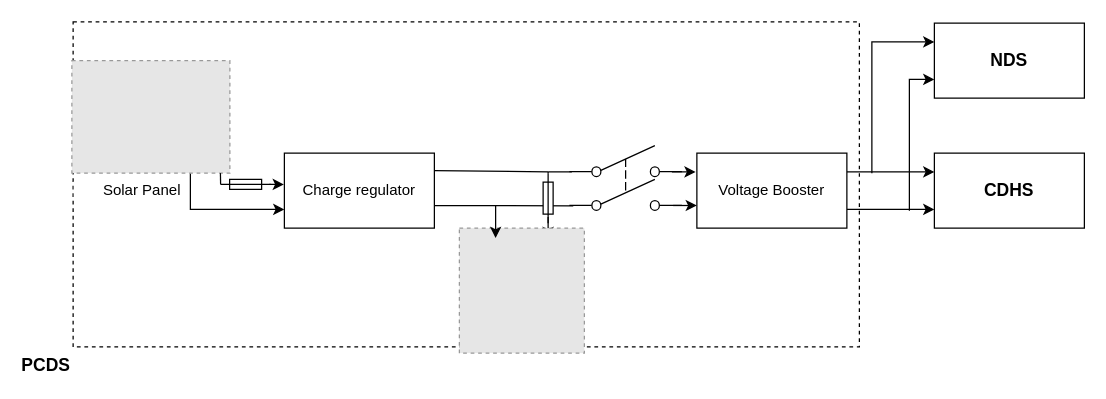
This is PCDS.drawio from AnuragMTP/Figures-thesis, a draw.io file, before an edit. Source tidied: cells renumbered, new cells numbered last; positions are measured from the earlier drawing's top-left corner, leaving out a move shared by most shapes. Both pictures are drawn from the tidied source at 125%, with x=0, y=0 at pixel (71, 21). Pictures stored in the file or linked from it are replaced by grey dashed boxes.
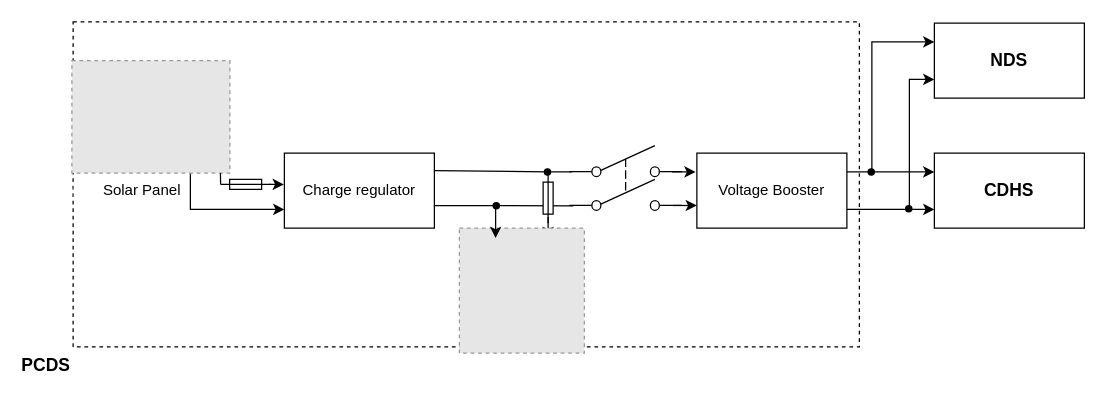
The same page after the edit.

What changed in the source:
```diff
@@
+    <mxCell id="27" style="ellipse;whiteSpace=wrap;html=1;fillColor=#000000;" parent="1" vertex="1">
+      <mxGeometry x="637" y="117.5" width="5" height="5" as="geometry" />
+    </mxCell>
+    <mxCell id="28" style="ellipse;whiteSpace=wrap;html=1;fillColor=#000000;" parent="1" vertex="1">
+      <mxGeometry x="667" y="147" width="5" height="5" as="geometry" />
+    </mxCell>
+    <mxCell id="29" style="ellipse;whiteSpace=wrap;html=1;fillColor=#000000;" parent="1" vertex="1">
+      <mxGeometry x="378" y="117.5" width="5" height="5" as="geometry" />
+    </mxCell>
+    <mxCell id="30" style="ellipse;whiteSpace=wrap;html=1;fillColor=#000000;" parent="1" vertex="1">
+      <mxGeometry x="337" y="144.5" width="5" height="5" as="geometry" />
+    </mxCell>
```
